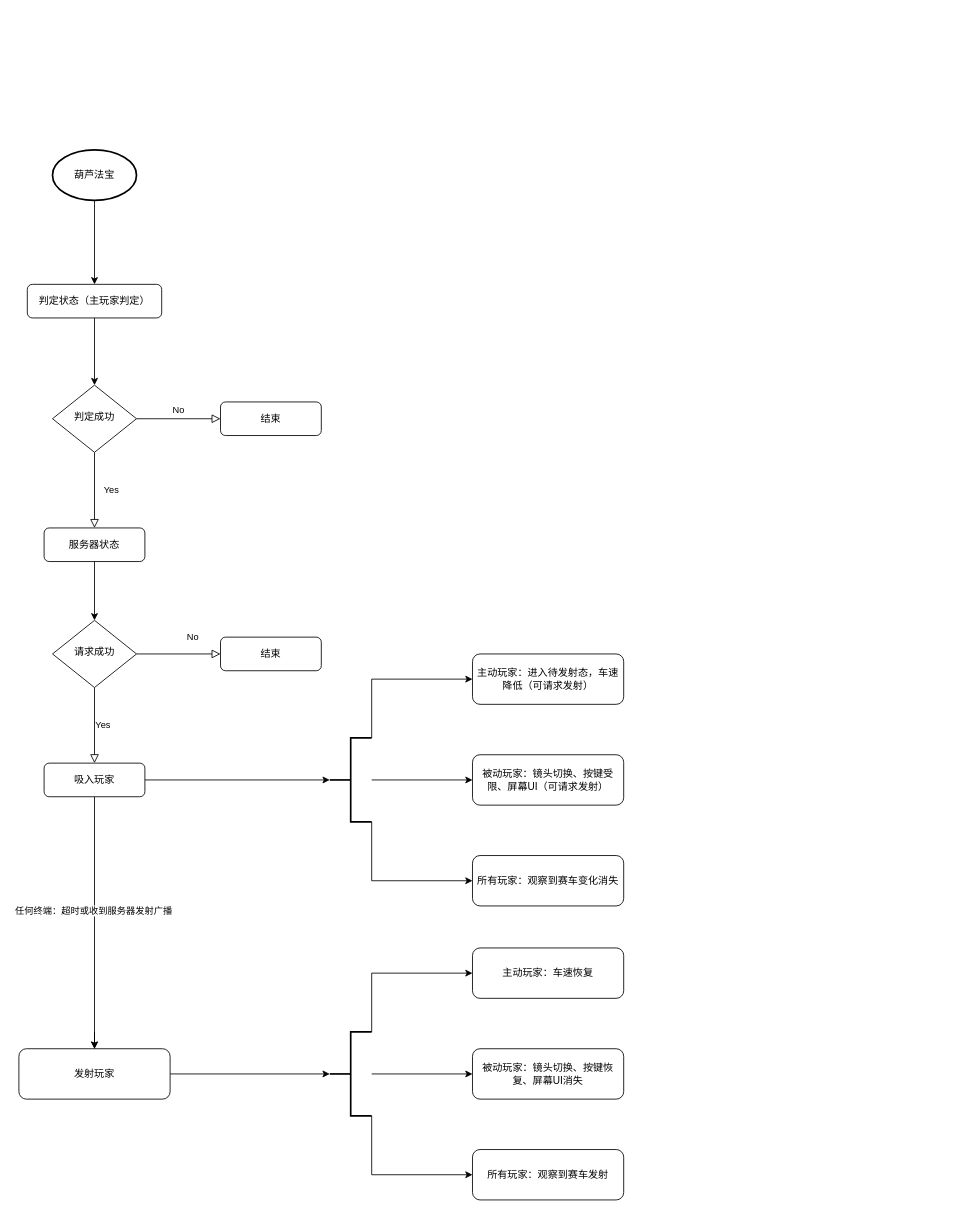
Before: 葫芦法宝.drawio in uniHk/UniverseofHK.github.io, a draw.io diagram. Source tidied: cells renumbered, new cells numbered last; positions are measured from the earlier drawing's top-left corner, leaving out a move shared by most shapes. Both pictures are drawn from the tidied source at 84%, with x=0, y=0 at pixel (18, 150).
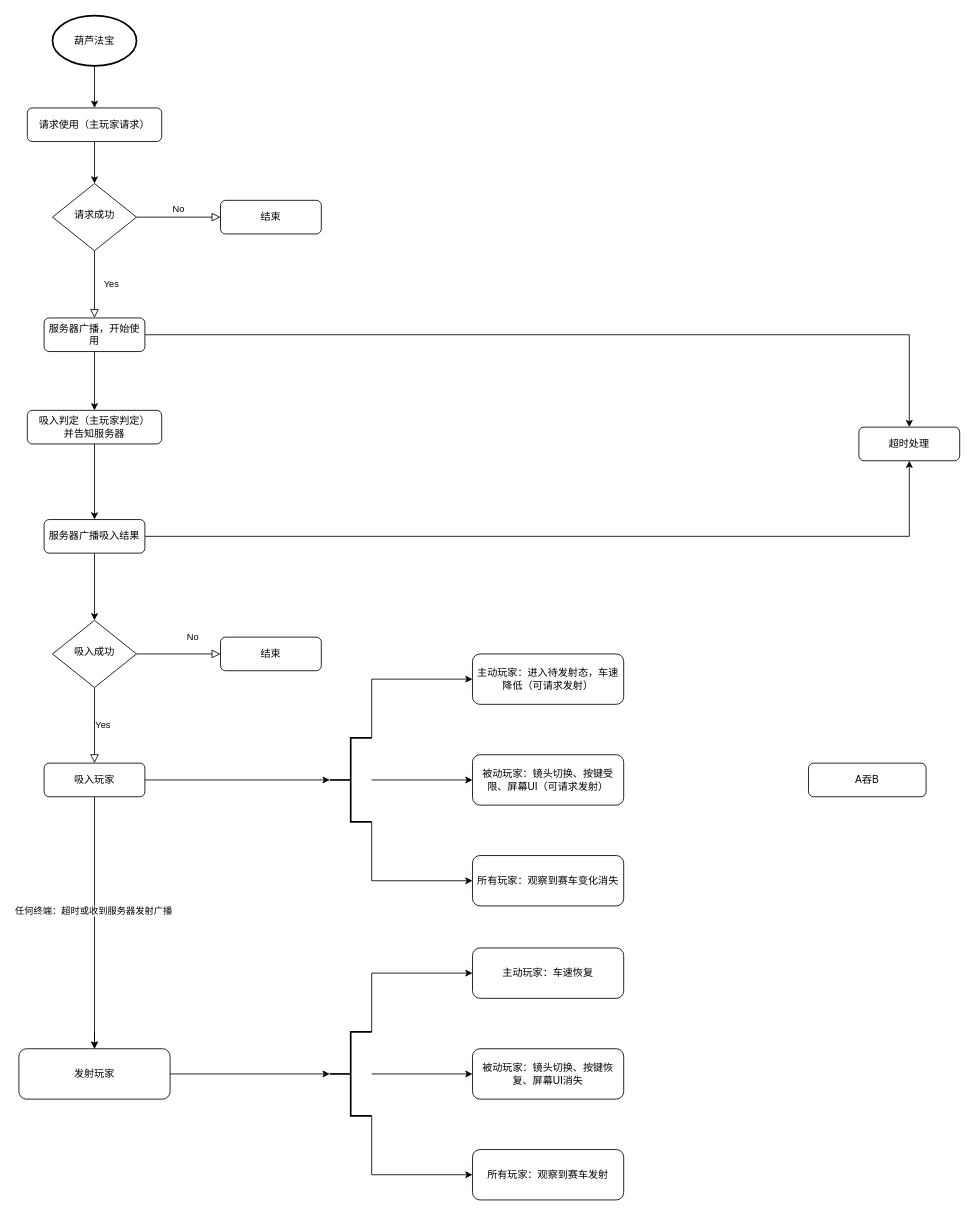
After the change.

Commit message:
更新葫芦法宝.drawio

What changed in the source:
```diff
@@
-    <mxCell id="2" style="edgeStyle=orthogonalEdgeStyle;rounded=0;jettySize=auto;html=1;" parent="1" edge="1" source="20" target="16">
-      <mxGeometry relative="1" as="geometry" />
-    </mxCell>
-    <mxCell id="3" value="Yes" style="rounded=0;html=1;jettySize=auto;fontSize=11;endArrow=block;endFill=0;endSize=8;strokeWidth=1;shadow=0;labelBackgroundColor=none;edgeStyle=orthogonalEdgeStyle;" parent="1" edge="1" source="5" target="18">
-      <mxGeometry y="20" relative="1" as="geometry" />
-    </mxCell>
-    <mxCell id="4" value="No" style="edgeStyle=orthogonalEdgeStyle;rounded=0;html=1;jettySize=auto;fontSize=11;endArrow=block;endFill=0;endSize=8;strokeWidth=1;shadow=0;labelBackgroundColor=none;" parent="1" edge="1" source="5" target="6">
-      <mxGeometry y="10" relative="1" as="geometry" />
-    </mxCell>
-    <mxCell id="5" value="判定成功" style="rhombus;whiteSpace=wrap;html=1;shadow=0;fontFamily=Helvetica;fontSize=12;align=center;strokeWidth=1;spacing=6;spacingTop=-4;" parent="1" vertex="1">
-      <mxGeometry x="40" y="280" width="100" height="80" as="geometry" />
-    </mxCell>
-    <mxCell id="6" value="结束" style="rounded=1;whiteSpace=wrap;html=1;fontSize=12;glass=0;strokeWidth=1;shadow=0;" parent="1" vertex="1">
-      <mxGeometry x="240" y="300" width="120" height="40" as="geometry" />
-    </mxCell>
@@
-    <mxCell id="9" value="请求成功" style="rhombus;whiteSpace=wrap;html=1;shadow=0;fontFamily=Helvetica;fontSize=12;align=center;strokeWidth=1;spacing=6;spacingTop=-4;" parent="1" vertex="1">
+    <mxCell id="9" value="吸入成功" style="rhombus;whiteSpace=wrap;html=1;shadow=0;fontFamily=Helvetica;fontSize=12;align=center;strokeWidth=1;spacing=6;spacingTop=-4;" parent="1" vertex="1">
       <mxGeometry x="40" y="560" width="100" height="80" as="geometry" />
     </mxCell>
@@
-    <mxCell id="15" style="edgeStyle=orthogonalEdgeStyle;rounded=0;jettySize=auto;html=1;" parent="1" edge="1" source="16" target="5">
-      <mxGeometry relative="1" as="geometry" />
-    </mxCell>
+    <mxCell id="37" style="edgeStyle=orthogonalEdgeStyle;rounded=0;jettySize=auto;html=1;" parent="1" edge="1" source="16" target="46">
+      <mxGeometry relative="1" as="geometry" />
+    </mxCell>
-    <mxCell id="16" value="判定状态（主玩家判定）" style="rounded=1;whiteSpace=wrap;html=1;fontSize=12;glass=0;strokeWidth=1;shadow=0;" parent="1" vertex="1">
-      <mxGeometry x="10" y="160" width="160" height="40" as="geometry" />
+    <mxCell id="16" value="吸入判定（主玩家判定）&lt;br&gt;并告知服务器" style="rounded=1;whiteSpace=wrap;html=1;fontSize=12;glass=0;strokeWidth=1;shadow=0;" parent="1" vertex="1">
+      <mxGeometry x="10" y="310" width="160" height="40" as="geometry" />
     </mxCell>
-    <mxCell id="17" style="edgeStyle=orthogonalEdgeStyle;rounded=0;jettySize=auto;html=1;" parent="1" edge="1" source="18" target="9">
+    <mxCell id="17" style="edgeStyle=orthogonalEdgeStyle;rounded=0;jettySize=auto;html=1;" parent="1" edge="1" source="46" target="9">
       <mxGeometry relative="1" as="geometry" />
     </mxCell>
-    <mxCell id="18" value="服务器状态" style="rounded=1;whiteSpace=wrap;html=1;fontSize=12;glass=0;strokeWidth=1;shadow=0;" parent="1" vertex="1">
-      <mxGeometry x="30" y="450" width="120" height="40" as="geometry" />
-    </mxCell>
@@
+    <mxCell id="38" style="edgeStyle=orthogonalEdgeStyle;rounded=0;jettySize=auto;html=1;" parent="1" edge="1" source="20" target="40">
+      <mxGeometry relative="1" as="geometry" />
+    </mxCell>
     <mxCell id="20" value="葫芦法宝" style="strokeWidth=2;html=1;shape=mxgraph.flowchart.start_1;whiteSpace=wrap;" parent="1" vertex="1">
-      <mxGeometry x="40" width="100" height="60" as="geometry" />
+      <mxGeometry x="40" y="-160" width="100" height="60" as="geometry" />
     </mxCell>
@@
+    <mxCell id="39" style="edgeStyle=orthogonalEdgeStyle;rounded=0;jettySize=auto;html=1;" parent="1" edge="1" source="40" target="41">
+      <mxGeometry relative="1" as="geometry" />
+    </mxCell>
+    <mxCell id="40" value="请求使用（主玩家请求）" style="rounded=1;whiteSpace=wrap;html=1;fontSize=12;glass=0;strokeWidth=1;shadow=0;" parent="1" vertex="1">
+      <mxGeometry x="10" y="-50" width="160" height="40" as="geometry" />
+    </mxCell>
+    <mxCell id="3" value="Yes" style="rounded=0;html=1;jettySize=auto;fontSize=11;endArrow=block;endFill=0;endSize=8;strokeWidth=1;shadow=0;labelBackgroundColor=none;edgeStyle=orthogonalEdgeStyle;" parent="1" edge="1" source="41" target="44">
+      <mxGeometry y="20" relative="1" as="geometry" />
+    </mxCell>
+    <mxCell id="4" value="No" style="edgeStyle=orthogonalEdgeStyle;rounded=0;html=1;jettySize=auto;fontSize=11;endArrow=block;endFill=0;endSize=8;strokeWidth=1;shadow=0;labelBackgroundColor=none;" parent="1" edge="1" source="41" target="6">
+      <mxGeometry y="10" relative="1" as="geometry" />
+    </mxCell>
+    <mxCell id="41" value="请求成功" style="rhombus;whiteSpace=wrap;html=1;shadow=0;fontFamily=Helvetica;fontSize=12;align=center;strokeWidth=1;spacing=6;spacingTop=-4;" parent="1" vertex="1">
+      <mxGeometry x="40" y="40" width="100" height="80" as="geometry" />
+    </mxCell>
+    <mxCell id="6" value="结束" style="rounded=1;whiteSpace=wrap;html=1;fontSize=12;glass=0;strokeWidth=1;shadow=0;" parent="1" vertex="1">
+      <mxGeometry x="240" y="60" width="120" height="40" as="geometry" />
+    </mxCell>
+    <mxCell id="42" style="edgeStyle=orthogonalEdgeStyle;rounded=0;jettySize=auto;html=1;" parent="1" edge="1" source="44" target="16">
+      <mxGeometry relative="1" as="geometry" />
+    </mxCell>
+    <mxCell id="43" style="edgeStyle=orthogonalEdgeStyle;rounded=0;jettySize=auto;html=1;" parent="1" edge="1" source="44" target="47">
+      <mxGeometry relative="1" as="geometry" />
+    </mxCell>
+    <mxCell id="44" value="服务器广播，开始使用" style="rounded=1;whiteSpace=wrap;html=1;fontSize=12;glass=0;strokeWidth=1;shadow=0;" parent="1" vertex="1">
+      <mxGeometry x="30" y="200" width="120" height="40" as="geometry" />
+    </mxCell>
+    <mxCell id="45" style="edgeStyle=orthogonalEdgeStyle;rounded=0;jettySize=auto;html=1;" parent="1" edge="1" source="46" target="47">
+      <mxGeometry relative="1" as="geometry" />
+    </mxCell>
+    <mxCell id="46" value="服务器广播吸入结果" style="rounded=1;whiteSpace=wrap;html=1;fontSize=12;glass=0;strokeWidth=1;shadow=0;" parent="1" vertex="1">
+      <mxGeometry x="30" y="440" width="120" height="40" as="geometry" />
+    </mxCell>
+    <mxCell id="47" value="超时处理" style="rounded=1;whiteSpace=wrap;html=1;fontSize=12;glass=0;strokeWidth=1;shadow=0;" parent="1" vertex="1">
+      <mxGeometry x="1000" y="330" width="120" height="40" as="geometry" />
+    </mxCell>
+    <mxCell id="48" value="A吞B" style="whiteSpace=wrap;html=1;rounded=1;glass=0;strokeWidth=1;shadow=0;" parent="1" vertex="1">
+      <mxGeometry x="940" y="730" width="140" height="40" as="geometry" />
+    </mxCell>
```
